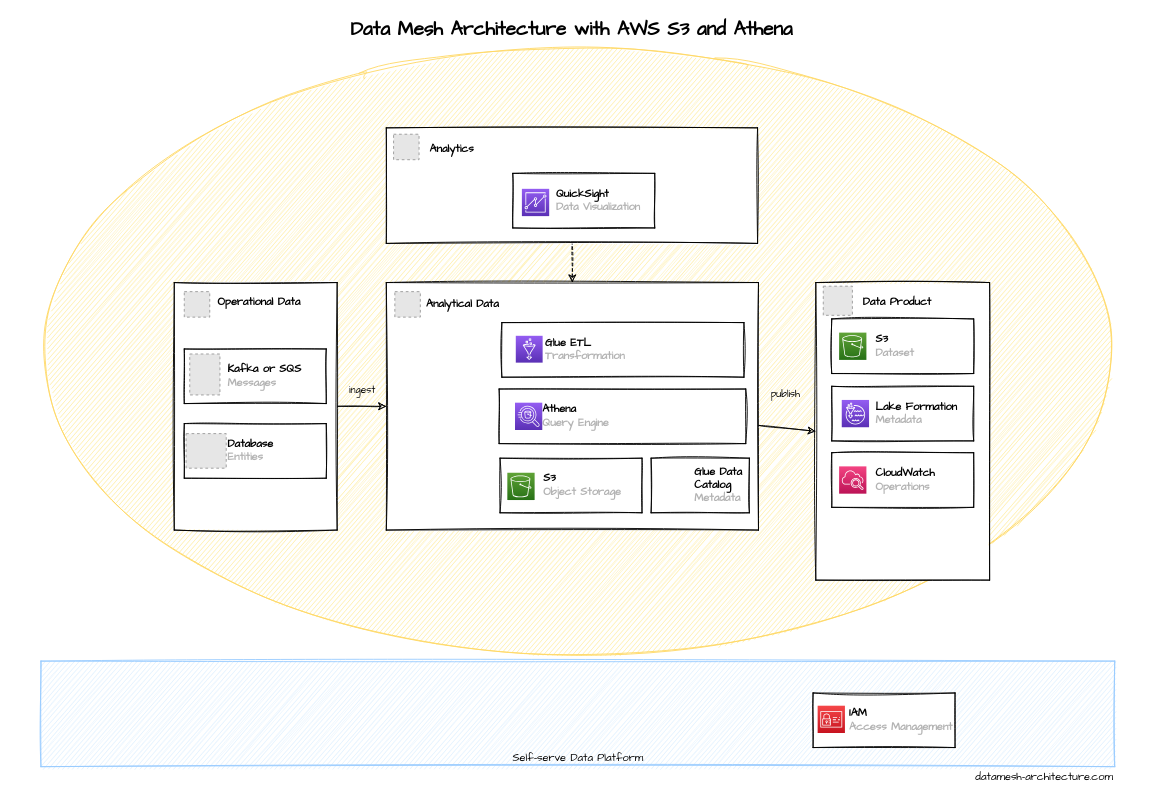
datamesh-architecture/datamesh-architecture.com keeps this draw.io diagram as diagrams/aws-s3-athena.drawio. Above is the earlier version. Source tidied: cells renumbered, new cells numbered last; positions are measured from the earlier drawing's top-left corner, leaving out a move shared by most shapes. Both pictures are drawn from the tidied source at 91%, with x=0, y=0 at pixel (15, 15). Pictures stored in the file or linked from it are replaced by grey dashed boxes.
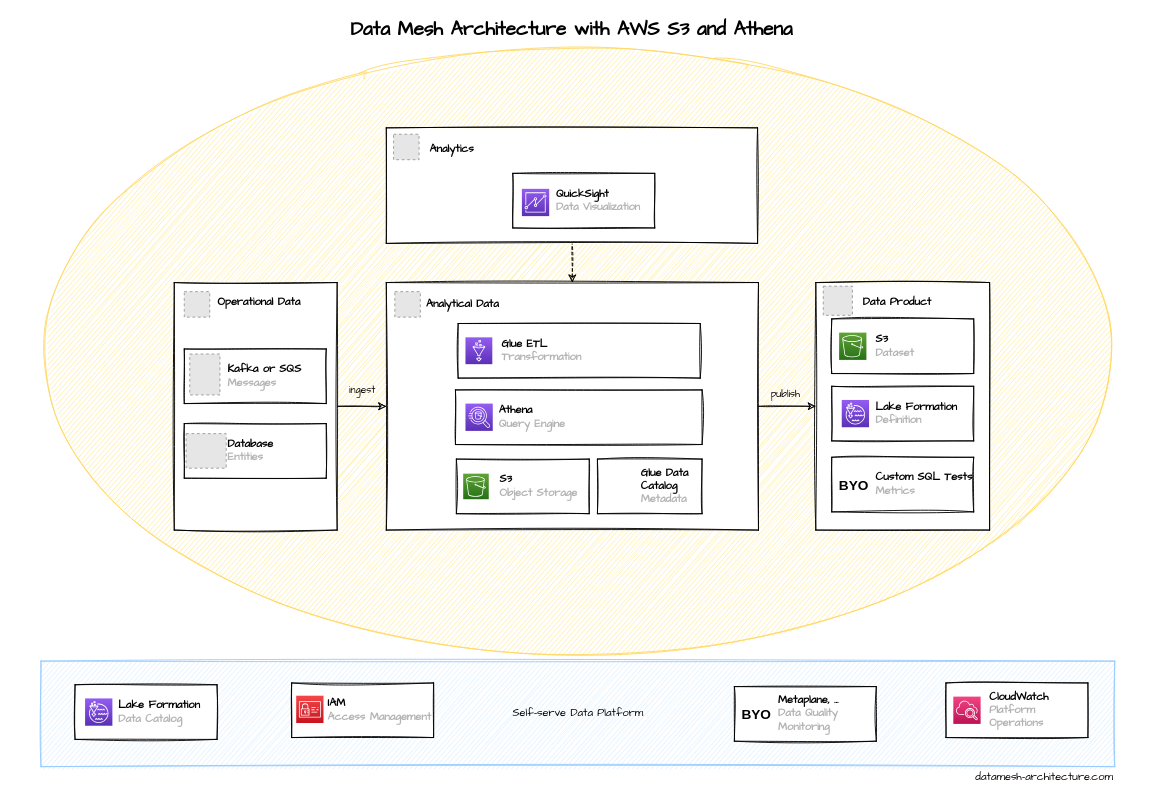
The same diagram, later.

Diff of the diagram source:
```diff
@@
-    <mxCell id="2" value="Self-serve Data Platform" style="rounded=0;whiteSpace=wrap;html=1;verticalAlign=bottom;fillColor=#D9EDFF;sketch=1;fontFamily=Architects Daughter;strokeColor=#99CCFF;fillStyle=hachure;" parent="1" vertex="1">
+    <mxCell id="2" value="Self-serve Data Platform" style="rounded=0;whiteSpace=wrap;html=1;verticalAlign=middle;fillColor=#D9EDFF;sketch=1;fontFamily=Architects Daughter;strokeColor=#99CCFF;fillStyle=hachure;" parent="1" vertex="1">
       <mxGeometry x="27.5" y="709" width="1180" height="116" as="geometry" />
     </mxCell>
@@
     <mxCell id="7" value="Data Product" style="rounded=0;whiteSpace=wrap;html=1;fontStyle=1;sketch=1;fontFamily=Architects Daughter;align=left;spacingLeft=42;verticalAlign=top;spacing=10;" parent="1" vertex="1">
-      <mxGeometry x="879" y="293" width="191" height="327" as="geometry" />
+      <mxGeometry x="879" y="293" width="191" height="272" as="geometry" />
     </mxCell>
@@
     <mxCell id="15" style="group;" parent="1" vertex="1">
-      <mxGeometry x="532" y="486" width="156" height="60" as="geometry" />
+      <mxGeometry x="484" y="487" width="146" height="60" as="geometry" />
     </mxCell>
     <mxCell id="16" value="S3&lt;br&gt;&lt;font style=&quot;font-size: 12px&quot; color=&quot;#b3b3b3&quot;&gt;Object Storage&lt;/font&gt;" style="rounded=0;whiteSpace=wrap;html=1;fontStyle=1;sketch=1;fontFamily=Architects Daughter;align=left;spacingLeft=46;" parent="15" vertex="1">
-      <mxGeometry width="156" height="60" as="geometry" />
+      <mxGeometry width="146" height="60" as="geometry" />
     </mxCell>
     <mxCell id="17" style="sketch=0;fontColor=#232F3E;gradientColor=#60A337;gradientDirection=north;fillColor=#277116;strokeColor=#ffffff;dashed=0;verticalLabelPosition=bottom;verticalAlign=top;align=center;html=1;fontSize=12;fontStyle=0;shape=mxgraph.aws4.resourceIcon;resIcon=mxgraph.aws4.s3;" parent="15" vertex="1">
-      <mxGeometry x="8" y="16" width="30" height="30" as="geometry" />
+      <mxGeometry x="7.5" y="16" width="28.1" height="28.1" as="geometry" />
     </mxCell>
@@
-    <mxCell id="19" value="&lt;font style=&quot;font-size: 12px&quot;&gt;Lake Formation&lt;br&gt;&lt;/font&gt;&lt;font style=&quot;font-size: 12px&quot; color=&quot;#b3b3b3&quot;&gt;Metadata&lt;/font&gt;" style="rounded=0;whiteSpace=wrap;html=1;fontStyle=1;sketch=1;fontFamily=Architects Daughter;align=left;spacingLeft=46;" parent="1" vertex="1">
+    <mxCell id="19" value="&lt;font style=&quot;font-size: 12px&quot;&gt;Lake Formation&lt;br&gt;&lt;/font&gt;&lt;font style=&quot;font-size: 12px&quot; color=&quot;#b3b3b3&quot;&gt;Definition&lt;/font&gt;" style="rounded=0;whiteSpace=wrap;html=1;fontStyle=1;sketch=1;fontFamily=Architects Daughter;align=left;spacingLeft=46;" parent="1" vertex="1">
       <mxGeometry x="896.5" y="407" width="156" height="60" as="geometry" />
     </mxCell>
-    <mxCell id="20" value="&lt;font style=&quot;font-size: 12px&quot;&gt;CloudWatch&lt;br&gt;&lt;/font&gt;&lt;font style=&quot;font-size: 12px&quot; color=&quot;#b3b3b3&quot;&gt;Operations&lt;/font&gt;" style="rounded=0;whiteSpace=wrap;html=1;fontStyle=1;sketch=1;fontFamily=Architects Daughter;align=left;spacingLeft=46;" parent="1" vertex="1">
-      <mxGeometry x="896.5" y="480" width="156" height="60" as="geometry" />
+    <mxCell id="20" value="&lt;font style=&quot;font-size: 12px&quot;&gt;CloudWatch&lt;br&gt;&lt;/font&gt;&lt;font style=&quot;font-size: 12px&quot; color=&quot;#b3b3b3&quot;&gt;Platform Operations&lt;/font&gt;" style="rounded=0;whiteSpace=wrap;html=1;fontStyle=1;sketch=1;fontFamily=Architects Daughter;align=left;spacingLeft=46;" parent="1" vertex="1">
+      <mxGeometry x="1022" y="733" width="156" height="60" as="geometry" />
     </mxCell>
@@
     <mxCell id="31" value="IAM&lt;br&gt;&lt;font style=&quot;font-size: 12px&quot; color=&quot;#b3b3b3&quot;&gt;Access Management&lt;/font&gt;" style="rounded=0;whiteSpace=wrap;html=1;fontStyle=1;sketch=1;fontFamily=Architects Daughter;align=left;spacingLeft=40;spacing=0;" parent="1" vertex="1">
-      <mxGeometry x="876" y="744" width="156" height="60" as="geometry" />
+      <mxGeometry x="303" y="733" width="156" height="60" as="geometry" />
     </mxCell>
@@
     <mxCell id="35" style="sketch=0;fontColor=#232F3E;gradientColor=#F34482;gradientDirection=north;fillColor=#BC1356;strokeColor=#ffffff;dashed=0;verticalLabelPosition=bottom;verticalAlign=top;align=center;html=1;fontSize=12;fontStyle=0;shape=mxgraph.aws4.resourceIcon;resIcon=mxgraph.aws4.cloudwatch_2;" parent="1" vertex="1">
-      <mxGeometry x="904.6" y="495" width="30" height="30" as="geometry" />
+      <mxGeometry x="1030.1" y="748" width="30" height="30" as="geometry" />
     </mxCell>
     <mxCell id="36" style="sketch=0;fontColor=#232F3E;gradientColor=#F54749;gradientDirection=north;fillColor=#C7131F;strokeColor=#ffffff;dashed=0;verticalLabelPosition=bottom;verticalAlign=top;align=center;html=1;fontSize=12;fontStyle=0;shape=mxgraph.aws4.resourceIcon;resIcon=mxgraph.aws4.identity_and_access_management;" parent="1" vertex="1">
-      <mxGeometry x="881" y="758" width="30" height="30" as="geometry" />
+      <mxGeometry x="308" y="747" width="30" height="30" as="geometry" />
     </mxCell>
     <mxCell id="37" style="group;" parent="1" vertex="1">
-      <mxGeometry x="531" y="410" width="271" height="60" as="geometry" />
+      <mxGeometry x="483" y="411" width="271" height="60" as="geometry" />
     </mxCell>
@@
     <mxCell id="39" style="sketch=0;fontColor=#232F3E;gradientColor=#945DF2;gradientDirection=north;fillColor=#5A30B5;strokeColor=#ffffff;dashed=0;verticalLabelPosition=bottom;verticalAlign=top;align=center;html=1;fontSize=12;fontStyle=0;shape=mxgraph.aws4.resourceIcon;resIcon=mxgraph.aws4.athena;" parent="37" vertex="1">
-      <mxGeometry x="17.4" y="15" width="30" height="30" as="geometry" />
+      <mxGeometry x="11" y="15" width="30" height="30" as="geometry" />
     </mxCell>
     <mxCell id="40" style="group;" parent="1" vertex="1">
-      <mxGeometry x="534" y="337" width="266" height="67.5" as="geometry" />
+      <mxGeometry x="486" y="338" width="266" height="67.5" as="geometry" />
     </mxCell>
@@
     <mxCell id="42" style="sketch=0;fontColor=#232F3E;gradientColor=#945DF2;gradientDirection=north;fillColor=#5A30B5;strokeColor=#ffffff;dashed=0;verticalLabelPosition=bottom;verticalAlign=top;align=center;html=1;fontSize=12;fontStyle=0;shape=mxgraph.aws4.resourceIcon;resIcon=mxgraph.aws4.glue;" parent="40" vertex="1">
-      <mxGeometry x="15.3" y="14.5" width="29.5" height="29.5" as="geometry" />
+      <mxGeometry x="8" y="15.2" width="29.5" height="29.5" as="geometry" />
     </mxCell>
     <mxCell id="43" value="Glue Data Catalog&lt;br&gt;&lt;font style=&quot;font-size: 12px&quot; color=&quot;#b3b3b3&quot;&gt;Metadata&lt;/font&gt;" style="rounded=0;whiteSpace=wrap;html=1;fontStyle=1;sketch=1;fontFamily=Architects Daughter;align=left;spacingLeft=46;" parent="1" vertex="1">
-      <mxGeometry x="698" y="486" width="108" height="60" as="geometry" />
+      <mxGeometry x="639" y="487" width="115" height="60" as="geometry" />
     </mxCell>
+    <mxCell id="44" value="&lt;font style=&quot;font-size: 12px&quot;&gt;Lake Formation&lt;br&gt;&lt;/font&gt;&lt;font style=&quot;font-size: 12px&quot; color=&quot;#b3b3b3&quot;&gt;Data Catalog&lt;/font&gt;" style="rounded=0;whiteSpace=wrap;html=1;fontStyle=1;sketch=1;fontFamily=Architects Daughter;align=left;spacingLeft=46;" parent="1" vertex="1">
+      <mxGeometry x="65" y="735" width="156" height="60" as="geometry" />
+    </mxCell>
+    <mxCell id="45" style="sketch=0;fontColor=#232F3E;gradientColor=#945DF2;gradientDirection=north;fillColor=#5A30B5;strokeColor=#ffffff;dashed=0;verticalLabelPosition=bottom;verticalAlign=top;align=center;html=1;fontSize=12;fontStyle=0;shape=mxgraph.aws4.resourceIcon;resIcon=mxgraph.aws4.lake_formation;" parent="1" vertex="1">
+      <mxGeometry x="76" y="750" width="30" height="30" as="geometry" />
+    </mxCell>
+    <mxCell id="46" value="&lt;font style=&quot;font-size: 12px&quot;&gt;Metaplane, ...&lt;br&gt;&lt;/font&gt;&lt;font style=&quot;font-size: 12px&quot; color=&quot;#b3b3b3&quot;&gt;Data Quality Monitoring&lt;/font&gt;" style="rounded=0;whiteSpace=wrap;html=1;fontStyle=1;sketch=1;fontFamily=Architects Daughter;align=left;spacingLeft=46;" parent="1" vertex="1">
+      <mxGeometry x="789.5" y="737" width="156" height="60" as="geometry" />
+    </mxCell>
+    <mxCell id="47" value="BYO" style="text;html=1;strokeColor=none;fillColor=none;align=center;verticalAlign=middle;whiteSpace=wrap;rounded=0;fontStyle=1;fontSize=15;" parent="1" vertex="1">
+      <mxGeometry x="784" y="752" width="60" height="30" as="geometry" />
+    </mxCell>
+    <mxCell id="48" value="&lt;font style=&quot;font-size: 12px&quot;&gt;Custom SQL Tests&lt;br&gt;&lt;/font&gt;&lt;font style=&quot;font-size: 12px&quot; color=&quot;#b3b3b3&quot;&gt;Metrics&lt;/font&gt;" style="rounded=0;whiteSpace=wrap;html=1;fontStyle=1;sketch=1;fontFamily=Architects Daughter;align=left;spacingLeft=46;" parent="1" vertex="1">
+      <mxGeometry x="896.5" y="485" width="156" height="60" as="geometry" />
+    </mxCell>
+    <mxCell id="49" value="BYO" style="text;html=1;strokeColor=none;fillColor=none;align=center;verticalAlign=middle;whiteSpace=wrap;rounded=0;fontStyle=1;fontSize=15;" parent="1" vertex="1">
+      <mxGeometry x="891" y="500" width="60" height="30" as="geometry" />
+    </mxCell>
```
